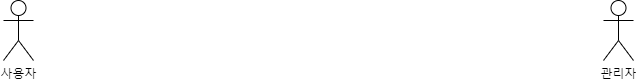
Earlier version of the draw.io export 공지사항.png (Yoon-jae-min/UsecaseDiagram). Source tidied: cells renumbered, new cells last; positions are measured from the earlier drawing's top-left corner, leaving out a move shared by most shapes. Source of this version:
```xml
<mxGraphModel>
  <root>
    <mxCell id="0" />
    <mxCell id="1" parent="0" />
    <mxCell id="2" value="사용자" style="shape=umlActor;verticalLabelPosition=bottom;verticalAlign=top;html=1;" parent="1" vertex="1">
      <mxGeometry width="30" height="60" as="geometry" />
    </mxCell>
    <mxCell id="3" value="관리자" style="shape=umlActor;verticalLabelPosition=bottom;verticalAlign=top;html=1;" parent="1" vertex="1">
      <mxGeometry x="600" width="30" height="60" as="geometry" />
    </mxCell>
  </root>
</mxGraphModel>
```
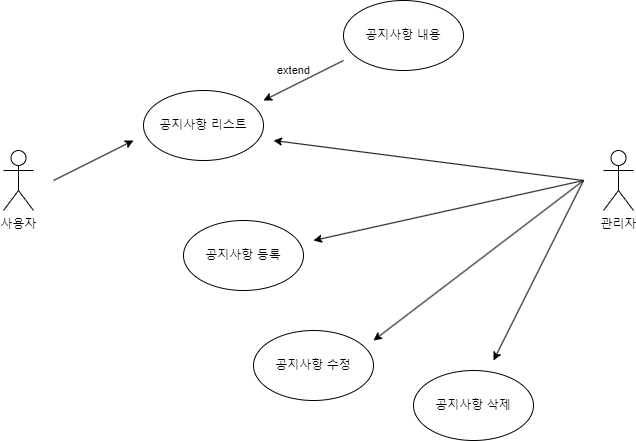
After the commit.

Commit message:
공지사항.png 업데이트

Change to the diagram source:
```diff
@@ -8,5 +8,56 @@
     <mxCell id="3" value="관리자" style="shape=umlActor;verticalLabelPosition=bottom;verticalAlign=top;html=1;" parent="1" vertex="1">
       <mxGeometry x="600" width="30" height="60" as="geometry" />
     </mxCell>
+    <mxCell id="4" value="공지사항 내용" style="ellipse;whiteSpace=wrap;html=1;fillColor=none;" parent="1" vertex="1">
+      <mxGeometry x="340" y="-150" width="120" height="70" as="geometry" />
+    </mxCell>
+    <mxCell id="5" value="공지사항 등록" style="ellipse;whiteSpace=wrap;html=1;fillColor=none;" parent="1" vertex="1">
+      <mxGeometry x="180" y="70" width="120" height="70" as="geometry" />
+    </mxCell>
+    <mxCell id="6" value="공지사항 삭제" style="ellipse;whiteSpace=wrap;html=1;fillColor=none;" parent="1" vertex="1">
+      <mxGeometry x="410" y="220" width="120" height="70" as="geometry" />
+    </mxCell>
+    <mxCell id="7" style="endArrow=classic;html=1;rounded=0;" parent="1" edge="1">
+      <mxGeometry relative="1" as="geometry">
+        <mxPoint x="50" y="30" as="sourcePoint" />
+        <mxPoint x="130" y="-10" as="targetPoint" />
+      </mxGeometry>
+    </mxCell>
+    <mxCell id="8" value="공지사항 리스트" style="ellipse;whiteSpace=wrap;html=1;fillColor=none;" parent="1" vertex="1">
+      <mxGeometry x="140" y="-60" width="120" height="70" as="geometry" />
+    </mxCell>
+    <mxCell id="9" value="extend" style="endArrow=classic;html=1;rounded=0;" parent="1" edge="1">
+      <mxGeometry x="0.1" y="-13" relative="1" as="geometry">
+        <mxPoint x="340" y="-90" as="sourcePoint" />
+        <mxPoint x="260" y="-50" as="targetPoint" />
+      </mxGeometry>
+    </mxCell>
+    <mxCell id="10" style="endArrow=classic;html=1;rounded=0;" parent="1" edge="1">
+      <mxGeometry relative="1" as="geometry">
+        <mxPoint x="580" y="30" as="sourcePoint" />
+        <mxPoint x="270" y="-10" as="targetPoint" />
+      </mxGeometry>
+    </mxCell>
+    <mxCell id="11" value="공지사항 수정" style="ellipse;whiteSpace=wrap;html=1;fillColor=none;" parent="1" vertex="1">
+      <mxGeometry x="250" y="180" width="120" height="70" as="geometry" />
+    </mxCell>
+    <mxCell id="12" style="endArrow=classic;html=1;rounded=0;" parent="1" edge="1">
+      <mxGeometry relative="1" as="geometry">
+        <mxPoint x="580" y="30" as="sourcePoint" />
+        <mxPoint x="310" y="90" as="targetPoint" />
+      </mxGeometry>
+    </mxCell>
+    <mxCell id="13" style="endArrow=classic;html=1;rounded=0;" parent="1" edge="1">
+      <mxGeometry relative="1" as="geometry">
+        <mxPoint x="580" y="30" as="sourcePoint" />
+        <mxPoint x="370" y="190" as="targetPoint" />
+      </mxGeometry>
+    </mxCell>
+    <mxCell id="14" style="endArrow=classic;html=1;rounded=0;" parent="1" edge="1">
+      <mxGeometry relative="1" as="geometry">
+        <mxPoint x="580" y="30" as="sourcePoint" />
+        <mxPoint x="490" y="210" as="targetPoint" />
+      </mxGeometry>
+    </mxCell>
   </root>
 </mxGraphModel>
```
